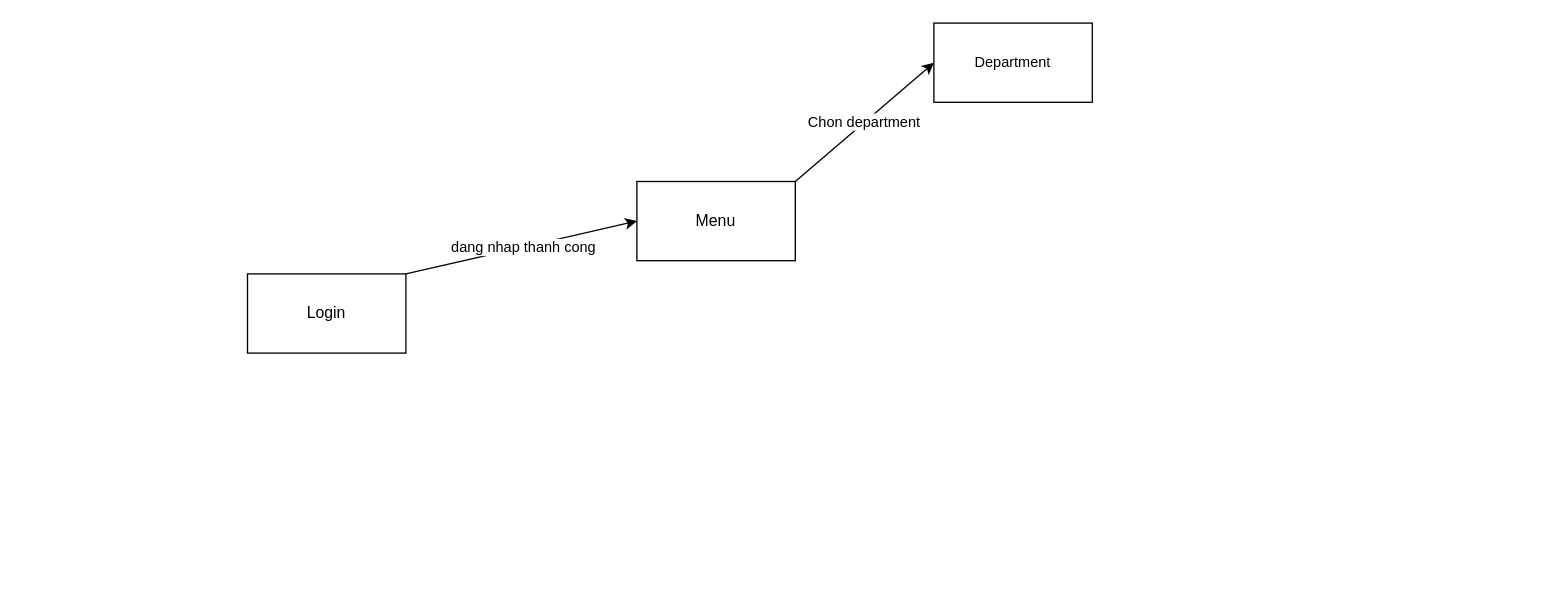
Before: WinformFlow.drawio in Invilesaniris/CSDL_NC, a draw.io diagram. Source tidied: cells renumbered, new cells numbered last; positions are measured from the earlier drawing's top-left corner, leaving out a move shared by most shapes. Both pictures are drawn from the tidied source at 132%, with x=0, y=0 at pixel (247, 22).
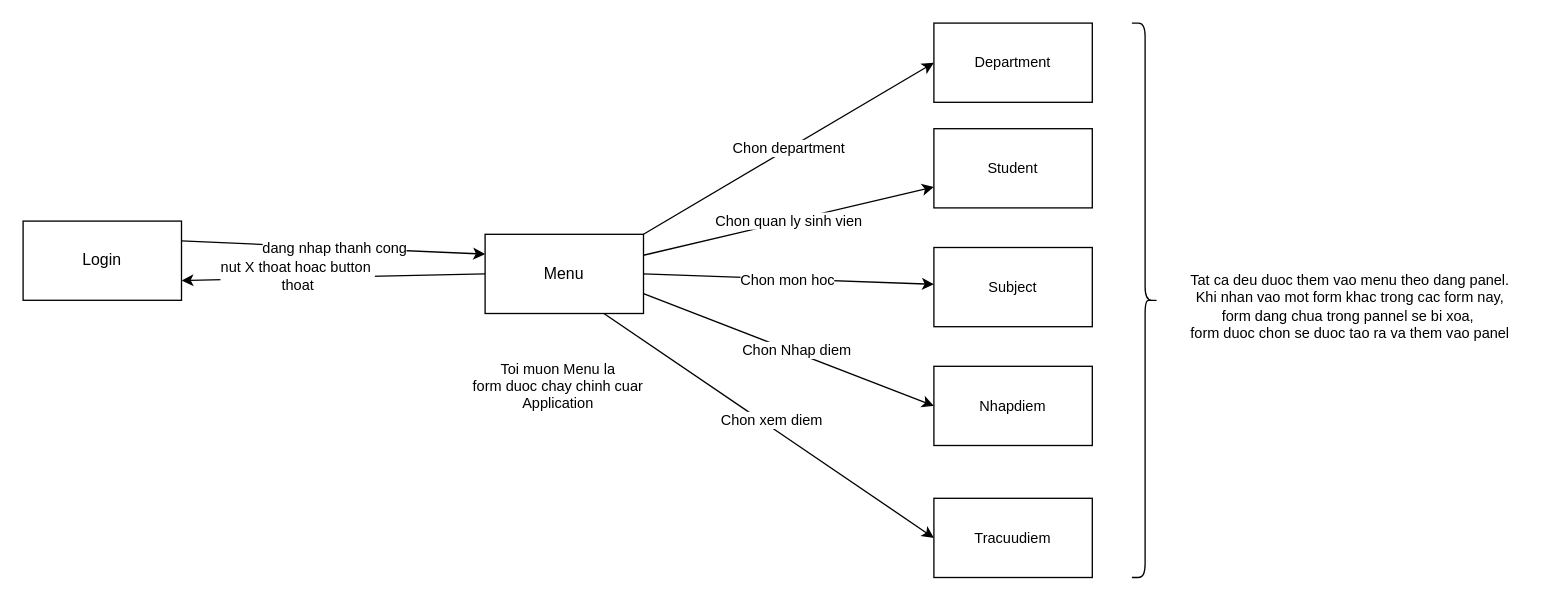
The same diagram, later.

Diff of the diagram source:
```diff
@@
-    <mxCell id="2" style="rounded=0;jettySize=auto;html=1;exitX=1;exitY=0;exitDx=0;exitDy=0;entryX=0;entryY=0.5;entryDx=0;entryDy=0;" parent="1" edge="1" source="4" target="6">
+    <mxCell id="2" style="rounded=0;jettySize=auto;html=1;exitX=1;exitY=0.25;exitDx=0;exitDy=0;entryX=0;entryY=0.25;entryDx=0;entryDy=0;" parent="1" edge="1" source="4" target="6">
       <mxGeometry relative="1" as="geometry" />
     </mxCell>
@@
     <mxCell id="4" value="Login" style="rounded=0;whiteSpace=wrap;html=1;" parent="1" vertex="1">
-      <mxGeometry y="190" width="120" height="60" as="geometry" />
+      <mxGeometry x="-170" y="150" width="120" height="60" as="geometry" />
     </mxCell>
@@
+    <mxCell id="8" style="rounded=0;jettySize=auto;html=1;exitX=1;exitY=0.5;exitDx=0;exitDy=0;endArrow=classic;endFill=1;" parent="1" edge="1" source="6" target="18">
+      <mxGeometry relative="1" as="geometry" />
+    </mxCell>
+    <mxCell id="9" value="Chon mon hoc" style="edgeLabel;html=1;align=center;verticalAlign=middle;fontFamily=Helvetica;fontSize=11;fontColor=default;labelBackgroundColor=default;" parent="8" vertex="1">
+      <mxGeometry x="-0.01" y="-1" relative="1" as="geometry" />
+    </mxCell>
+    <mxCell id="10" style="edgeStyle=none;rounded=0;jettySize=auto;html=1;exitX=1;exitY=0.75;exitDx=0;exitDy=0;entryX=0;entryY=0.5;entryDx=0;entryDy=0;strokeColor=default;align=center;verticalAlign=middle;fontFamily=Helvetica;fontSize=11;fontColor=default;labelBackgroundColor=default;endArrow=classic;endFill=1;" parent="1" edge="1" source="6" target="19">
+      <mxGeometry relative="1" as="geometry" />
+    </mxCell>
+    <mxCell id="11" value="Chon Nhap diem" style="edgeLabel;html=1;align=center;verticalAlign=middle;fontFamily=Helvetica;fontSize=11;fontColor=default;labelBackgroundColor=default;" parent="10" vertex="1">
+      <mxGeometry x="0.04" y="2" relative="1" as="geometry" />
+    </mxCell>
+    <mxCell id="12" style="edgeStyle=none;rounded=0;jettySize=auto;html=1;exitX=0.75;exitY=1;exitDx=0;exitDy=0;entryX=0;entryY=0.5;entryDx=0;entryDy=0;strokeColor=default;align=center;verticalAlign=middle;fontFamily=Helvetica;fontSize=11;fontColor=default;labelBackgroundColor=default;endArrow=classic;endFill=1;" parent="1" edge="1" source="6" target="20">
+      <mxGeometry relative="1" as="geometry" />
+    </mxCell>
+    <mxCell id="13" value="Chon xem diem" style="edgeLabel;html=1;align=center;verticalAlign=middle;fontFamily=Helvetica;fontSize=11;fontColor=default;labelBackgroundColor=default;" parent="12" vertex="1">
+      <mxGeometry x="-0.01" y="5" relative="1" as="geometry" />
+    </mxCell>
+    <mxCell id="14" style="edgeStyle=none;rounded=0;jettySize=auto;html=1;exitX=0;exitY=0.5;exitDx=0;exitDy=0;entryX=1;entryY=0.75;entryDx=0;entryDy=0;strokeColor=default;align=center;verticalAlign=middle;fontFamily=Helvetica;fontSize=11;fontColor=default;labelBackgroundColor=default;endArrow=classic;endFill=1;" parent="1" edge="1" source="6" target="4">
+      <mxGeometry relative="1" as="geometry" />
+    </mxCell>
+    <mxCell id="15" value="nut X thoat hoac button&amp;nbsp;&lt;br&gt;thoat" style="edgeLabel;html=1;align=center;verticalAlign=middle;fontFamily=Helvetica;fontSize=11;fontColor=default;labelBackgroundColor=default;" parent="14" vertex="1">
+      <mxGeometry x="0.24" y="-1" relative="1" as="geometry">
+        <mxPoint y="-1" as="offset" />
+      </mxGeometry>
+    </mxCell>
     <mxCell id="6" value="Menu" style="rounded=0;whiteSpace=wrap;html=1;" parent="1" vertex="1">
-      <mxGeometry x="295" y="120" width="120" height="60" as="geometry" />
+      <mxGeometry x="180" y="160" width="120" height="60" as="geometry" />
     </mxCell>
@@
+    <mxCell id="16" value="Student" style="rounded=0;whiteSpace=wrap;html=1;fontFamily=Helvetica;fontSize=11;fontColor=default;labelBackgroundColor=default;" parent="1" vertex="1">
+      <mxGeometry x="520" y="80" width="120" height="60" as="geometry" />
+    </mxCell>
+    <mxCell id="17" value="Chon quan ly sinh vien" style="edgeStyle=none;rounded=0;jettySize=auto;html=1;strokeColor=default;align=center;verticalAlign=middle;fontFamily=Helvetica;fontSize=11;fontColor=default;labelBackgroundColor=default;endArrow=classic;" parent="1" edge="1" source="6" target="16">
+      <mxGeometry relative="1" as="geometry" />
+    </mxCell>
+    <mxCell id="18" value="Subject" style="rounded=0;whiteSpace=wrap;html=1;fontFamily=Helvetica;fontSize=11;fontColor=default;labelBackgroundColor=default;" parent="1" vertex="1">
+      <mxGeometry x="520" y="170" width="120" height="60" as="geometry" />
+    </mxCell>
+    <mxCell id="19" value="Nhapdiem" style="rounded=0;whiteSpace=wrap;html=1;fontFamily=Helvetica;fontSize=11;fontColor=default;labelBackgroundColor=default;" parent="1" vertex="1">
+      <mxGeometry x="520" y="260" width="120" height="60" as="geometry" />
+    </mxCell>
+    <mxCell id="20" value="Tracuudiem" style="rounded=0;whiteSpace=wrap;html=1;fontFamily=Helvetica;fontSize=11;fontColor=default;labelBackgroundColor=default;" parent="1" vertex="1">
+      <mxGeometry x="520" y="360" width="120" height="60" as="geometry" />
+    </mxCell>
+    <mxCell id="21" style="shape=curlyBracket;whiteSpace=wrap;html=1;rounded=1;flipH=1;labelPosition=right;verticalLabelPosition=middle;align=left;verticalAlign=middle;fontFamily=Helvetica;fontSize=11;fontColor=default;labelBackgroundColor=default;" parent="1" vertex="1">
+      <mxGeometry x="670" width="20" height="420" as="geometry" />
+    </mxCell>
+    <mxCell id="22" value="Tat ca deu duoc them vao menu theo dang panel.&lt;br&gt;Khi nhan vao mot form khac trong cac form nay,&lt;br&gt;form dang chua trong pannel se bi xoa,&amp;nbsp;&lt;br&gt;form duoc chon se duoc tao ra va them vao panel" style="text;html=1;align=center;verticalAlign=middle;strokeColor=none;fillColor=none;fontFamily=Helvetica;fontSize=11;fontColor=default;labelBackgroundColor=default;" parent="1" vertex="1">
+      <mxGeometry x="700" y="180" width="270" height="70" as="geometry" />
+    </mxCell>
+    <mxCell id="23" value="Toi muon Menu la&lt;br&gt;form duoc chay chinh cuar&lt;br&gt;Application" style="text;html=1;align=center;verticalAlign=middle;strokeColor=none;fillColor=none;fontFamily=Helvetica;fontSize=11;fontColor=default;labelBackgroundColor=default;" parent="1" vertex="1">
+      <mxGeometry x="160" y="250" width="150" height="50" as="geometry" />
+    </mxCell>
```
